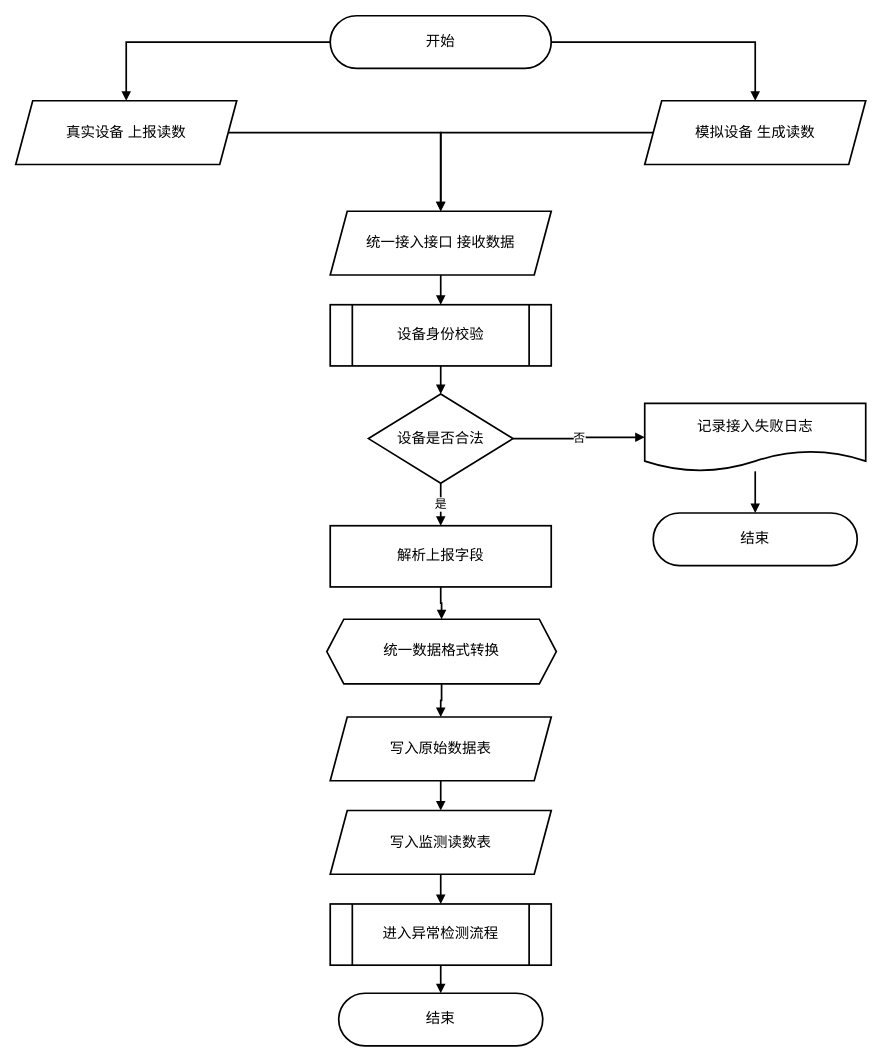
solisW/my_thesis_system keeps this draw.io diagram as pictures_drawio/真实模拟设备统一接入图.drawio. Above is the earlier version. Source tidied: cells renumbered, new cells numbered last; positions are measured from the earlier drawing's top-left corner, leaving out a move shared by most shapes. Both pictures are drawn from the tidied source at 85%, with x=0, y=0 at pixel (15, 15).
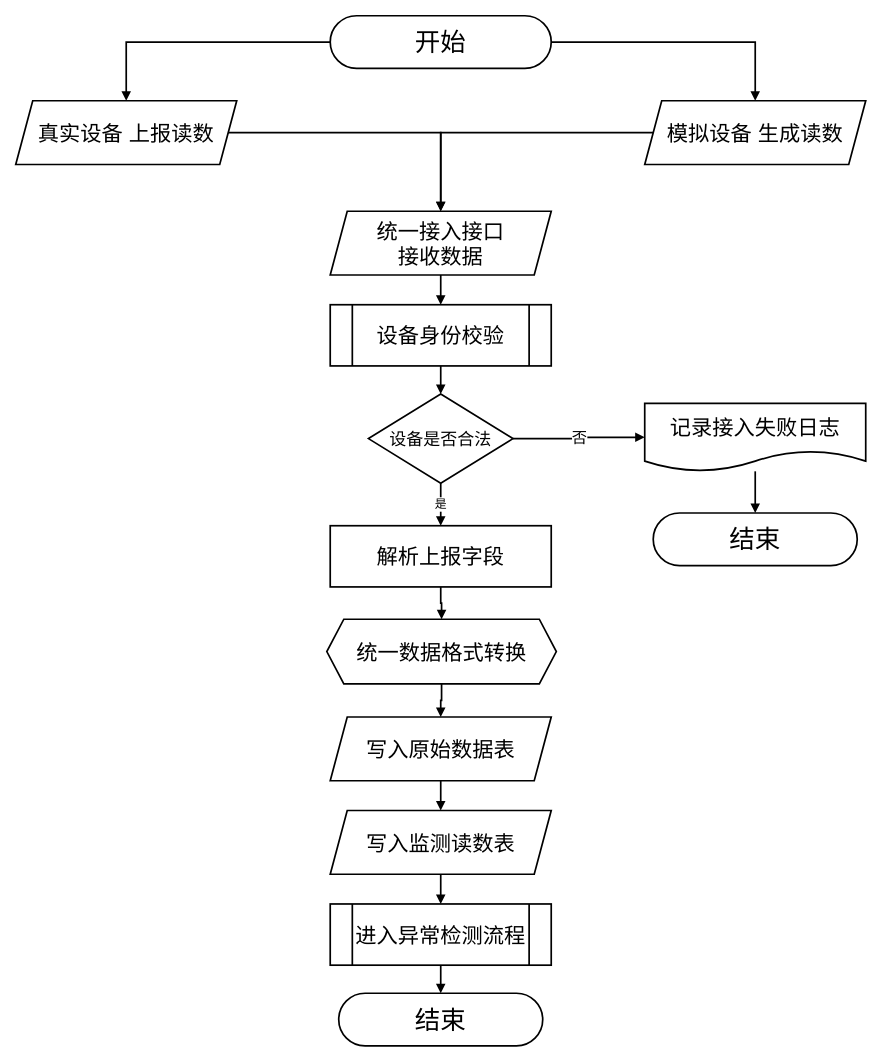
The same diagram, later.

Change to the diagram source:
```diff
@@
-    <mxCell id="2" value="开始" style="rounded=1;arcSize=50;whiteSpace=wrap;html=1;fillColor=#ffffff;strokeColor=#000000;strokeWidth=2;fontSize=17;" parent="1" vertex="1">
+    <mxCell id="2" value="&lt;font style=&quot;font-size: 30px;&quot;&gt;开始&lt;/font&gt;" style="rounded=1;arcSize=50;whiteSpace=wrap;html=1;fillColor=#ffffff;strokeColor=#000000;strokeWidth=2;fontSize=17;" parent="1" vertex="1">
       <mxGeometry x="370" width="260" height="62" as="geometry" />
     </mxCell>
-    <mxCell id="3" value="真实设备 上报读数" style="shape=parallelogram;perimeter=parallelogramPerimeter;whiteSpace=wrap;html=1;fixedSize=1;fillColor=#ffffff;strokeColor=#000000;strokeWidth=2;fontSize=17;" parent="1" vertex="1">
+    <mxCell id="3" value="&lt;font style=&quot;font-size: 25px;&quot;&gt;真实设备 上报读数&lt;/font&gt;" style="shape=parallelogram;perimeter=parallelogramPerimeter;whiteSpace=wrap;html=1;fixedSize=1;fillColor=#ffffff;strokeColor=#000000;strokeWidth=2;fontSize=17;" parent="1" vertex="1">
       <mxGeometry y="100" width="260" height="75" as="geometry" />
     </mxCell>
-    <mxCell id="4" value="模拟设备 生成读数" style="shape=parallelogram;perimeter=parallelogramPerimeter;whiteSpace=wrap;html=1;fixedSize=1;fillColor=#ffffff;strokeColor=#000000;strokeWidth=2;fontSize=17;" parent="1" vertex="1">
+    <mxCell id="4" value="&lt;font style=&quot;font-size: 25px;&quot;&gt;模拟设备 生成读数&lt;/font&gt;" style="shape=parallelogram;perimeter=parallelogramPerimeter;whiteSpace=wrap;html=1;fixedSize=1;fillColor=#ffffff;strokeColor=#000000;strokeWidth=2;fontSize=17;" parent="1" vertex="1">
       <mxGeometry x="740" y="100" width="260" height="75" as="geometry" />
     </mxCell>
-    <mxCell id="5" value="统一接入接口 接收数据" style="shape=parallelogram;perimeter=parallelogramPerimeter;whiteSpace=wrap;html=1;fixedSize=1;fillColor=#ffffff;strokeColor=#000000;strokeWidth=2;fontSize=17;" parent="1" vertex="1">
+    <mxCell id="5" value="&lt;font style=&quot;font-size: 25px;&quot;&gt;统一接入接口&lt;/font&gt;&lt;div&gt;&lt;font style=&quot;font-size: 25px;&quot;&gt;接收数据&lt;/font&gt;&lt;/div&gt;" style="shape=parallelogram;perimeter=parallelogramPerimeter;whiteSpace=wrap;html=1;fixedSize=1;fillColor=#ffffff;strokeColor=#000000;strokeWidth=2;fontSize=17;" parent="1" vertex="1">
       <mxGeometry x="370" y="230" width="260" height="75" as="geometry" />
     </mxCell>
-    <mxCell id="6" value="设备身份校验" style="shape=process;whiteSpace=wrap;html=1;backgroundOutline=1;fillColor=#ffffff;strokeColor=#000000;strokeWidth=2;fontSize=17;" parent="1" vertex="1">
+    <mxCell id="6" value="&lt;font style=&quot;font-size: 25px;&quot;&gt;设备身份校验&lt;/font&gt;" style="shape=process;whiteSpace=wrap;html=1;backgroundOutline=1;fillColor=#ffffff;strokeColor=#000000;strokeWidth=2;fontSize=17;" parent="1" vertex="1">
       <mxGeometry x="370" y="340" width="260" height="72" as="geometry" />
     </mxCell>
-    <mxCell id="7" value="设备是否合法" style="rhombus;whiteSpace=wrap;html=1;fillColor=#ffffff;strokeColor=#000000;strokeWidth=2;fontSize=17;" parent="1" vertex="1">
+    <mxCell id="7" value="&lt;font style=&quot;font-size: 20px;&quot;&gt;设备是否合法&lt;/font&gt;" style="rhombus;whiteSpace=wrap;html=1;fillColor=#ffffff;strokeColor=#000000;strokeWidth=2;fontSize=17;" parent="1" vertex="1">
       <mxGeometry x="415" y="445" width="170" height="105" as="geometry" />
     </mxCell>
-    <mxCell id="8" value="记录接入失败日志" style="shape=document;whiteSpace=wrap;html=1;boundedLbl=1;fillColor=#ffffff;strokeColor=#000000;strokeWidth=2;fontSize=17;" parent="1" vertex="1">
+    <mxCell id="8" value="&lt;font style=&quot;font-size: 25px;&quot;&gt;记录接入失败日志&lt;/font&gt;" style="shape=document;whiteSpace=wrap;html=1;boundedLbl=1;fillColor=#ffffff;strokeColor=#000000;strokeWidth=2;fontSize=17;" parent="1" vertex="1">
       <mxGeometry x="740" y="456" width="260" height="80" as="geometry" />
     </mxCell>
-    <mxCell id="9" value="结束" style="rounded=1;arcSize=50;whiteSpace=wrap;html=1;fillColor=#ffffff;strokeColor=#000000;strokeWidth=2;fontSize=17;" parent="1" vertex="1">
+    <mxCell id="9" value="&lt;font style=&quot;font-size: 30px;&quot;&gt;结束&lt;/font&gt;" style="rounded=1;arcSize=50;whiteSpace=wrap;html=1;fillColor=#ffffff;strokeColor=#000000;strokeWidth=2;fontSize=17;" parent="1" vertex="1">
       <mxGeometry x="750" y="585" width="240" height="62" as="geometry" />
     </mxCell>
-    <mxCell id="10" value="解析上报字段" style="rounded=0;whiteSpace=wrap;html=1;fillColor=#ffffff;strokeColor=#000000;strokeWidth=2;fontSize=17;" parent="1" vertex="1">
+    <mxCell id="10" value="&lt;font style=&quot;font-size: 25px;&quot;&gt;解析上报字段&lt;/font&gt;" style="rounded=0;whiteSpace=wrap;html=1;fillColor=#ffffff;strokeColor=#000000;strokeWidth=2;fontSize=17;" parent="1" vertex="1">
       <mxGeometry x="370" y="600" width="260" height="72" as="geometry" />
     </mxCell>
-    <mxCell id="11" value="统一数据格式转换" style="shape=hexagon;perimeter=hexagonPerimeter2;whiteSpace=wrap;html=1;fixedSize=1;fillColor=#ffffff;strokeColor=#000000;strokeWidth=2;fontSize=17;" parent="1" vertex="1">
+    <mxCell id="11" value="&lt;font style=&quot;font-size: 25px;&quot;&gt;统一数据格式转换&lt;/font&gt;" style="shape=hexagon;perimeter=hexagonPerimeter2;whiteSpace=wrap;html=1;fixedSize=1;fillColor=#ffffff;strokeColor=#000000;strokeWidth=2;fontSize=17;" parent="1" vertex="1">
       <mxGeometry x="366" y="710" width="270" height="76" as="geometry" />
     </mxCell>
-    <mxCell id="12" value="写入原始数据表" style="shape=parallelogram;perimeter=parallelogramPerimeter;whiteSpace=wrap;html=1;fixedSize=1;fillColor=#ffffff;strokeColor=#000000;strokeWidth=2;fontSize=17;" parent="1" vertex="1">
+    <mxCell id="12" value="&lt;font style=&quot;font-size: 25px;&quot;&gt;写入原始数据表&lt;/font&gt;" style="shape=parallelogram;perimeter=parallelogramPerimeter;whiteSpace=wrap;html=1;fixedSize=1;fillColor=#ffffff;strokeColor=#000000;strokeWidth=2;fontSize=17;" parent="1" vertex="1">
       <mxGeometry x="370" y="825" width="260" height="75" as="geometry" />
     </mxCell>
-    <mxCell id="13" value="写入监测读数表" style="shape=parallelogram;perimeter=parallelogramPerimeter;whiteSpace=wrap;html=1;fixedSize=1;fillColor=#ffffff;strokeColor=#000000;strokeWidth=2;fontSize=17;" parent="1" vertex="1">
+    <mxCell id="13" value="&lt;font style=&quot;font-size: 25px;&quot;&gt;写入监测读数表&lt;/font&gt;" style="shape=parallelogram;perimeter=parallelogramPerimeter;whiteSpace=wrap;html=1;fixedSize=1;fillColor=#ffffff;strokeColor=#000000;strokeWidth=2;fontSize=17;" parent="1" vertex="1">
       <mxGeometry x="370" y="935" width="260" height="75" as="geometry" />
     </mxCell>
-    <mxCell id="14" value="进入异常检测流程" style="shape=process;whiteSpace=wrap;html=1;backgroundOutline=1;fillColor=#ffffff;strokeColor=#000000;strokeWidth=2;fontSize=17;" parent="1" vertex="1">
+    <mxCell id="14" value="&lt;font style=&quot;font-size: 25px;&quot;&gt;进入异常检测流程&lt;/font&gt;" style="shape=process;whiteSpace=wrap;html=1;backgroundOutline=1;fillColor=#ffffff;strokeColor=#000000;strokeWidth=2;fontSize=17;" parent="1" vertex="1">
       <mxGeometry x="370" y="1045" width="260" height="72" as="geometry" />
     </mxCell>
-    <mxCell id="15" value="结束" style="rounded=1;arcSize=50;whiteSpace=wrap;html=1;fillColor=#ffffff;strokeColor=#000000;strokeWidth=2;fontSize=17;" parent="1" vertex="1">
+    <mxCell id="15" value="&lt;font style=&quot;font-size: 30px;&quot;&gt;结束&lt;/font&gt;" style="rounded=1;arcSize=50;whiteSpace=wrap;html=1;fillColor=#ffffff;strokeColor=#000000;strokeWidth=2;fontSize=17;" parent="1" vertex="1">
       <mxGeometry x="380" y="1150" width="240" height="62" as="geometry" />
     </mxCell>
@@
-    <mxCell id="22" value="否" style="endArrow=block;html=1;rounded=0;edgeStyle=orthogonalEdgeStyle;strokeWidth=2;fontSize=14;" parent="1" edge="1" source="7" target="8">
+    <mxCell id="22" value="&lt;font style=&quot;font-size: 18px;&quot;&gt;否&lt;/font&gt;" style="endArrow=block;html=1;rounded=0;edgeStyle=orthogonalEdgeStyle;strokeWidth=2;fontSize=14;" parent="1" edge="1" source="7" target="8">
       <mxGeometry relative="1" as="geometry" />
     </mxCell>
```
